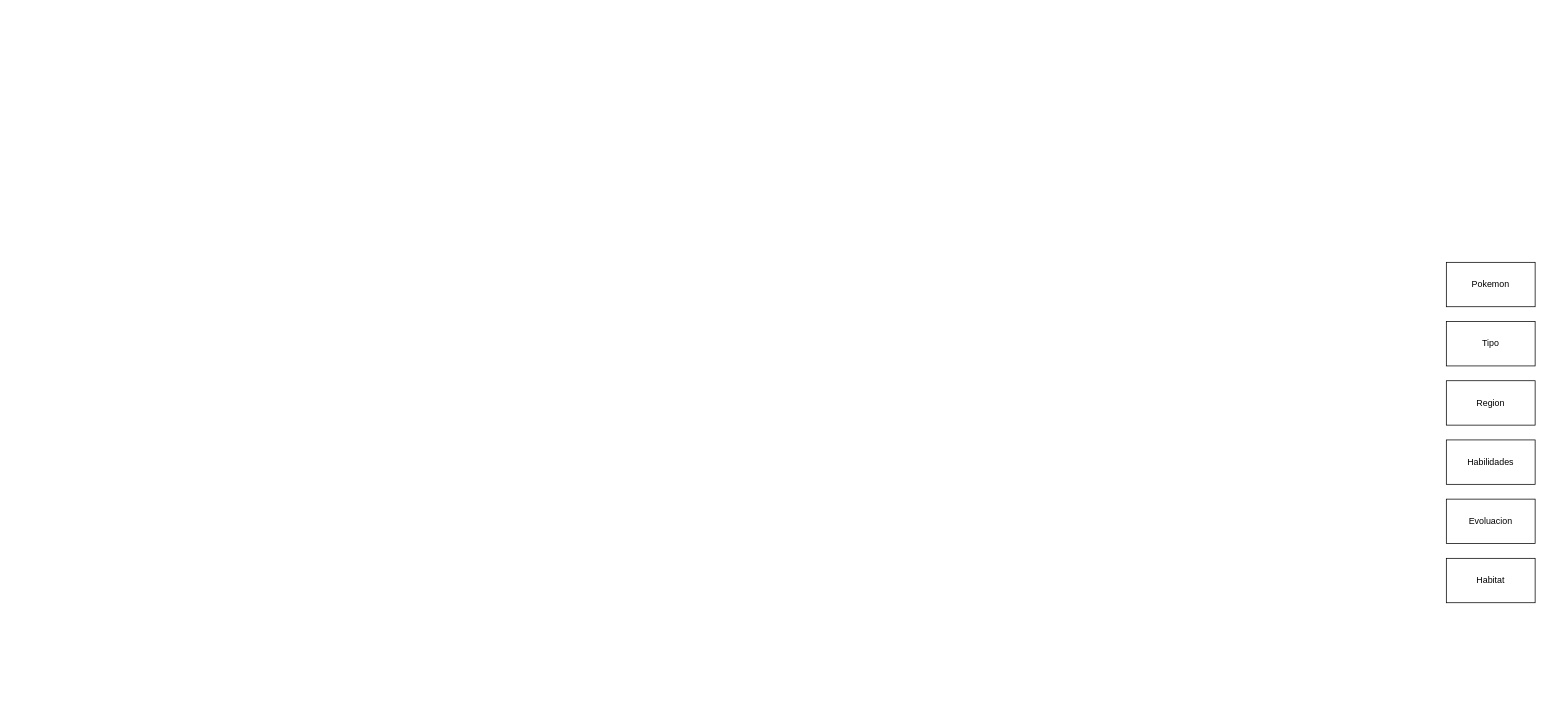
Before: pokemon.drawio in ashardaniyal12/ashardaniyal12, a draw.io diagram. Source tidied: cells renumbered, new cells numbered last; positions are measured from the earlier drawing's top-left corner, leaving out a move shared by most shapes. Both pictures are drawn from the tidied source at 74%, with x=0, y=0 at pixel (1446, 262).
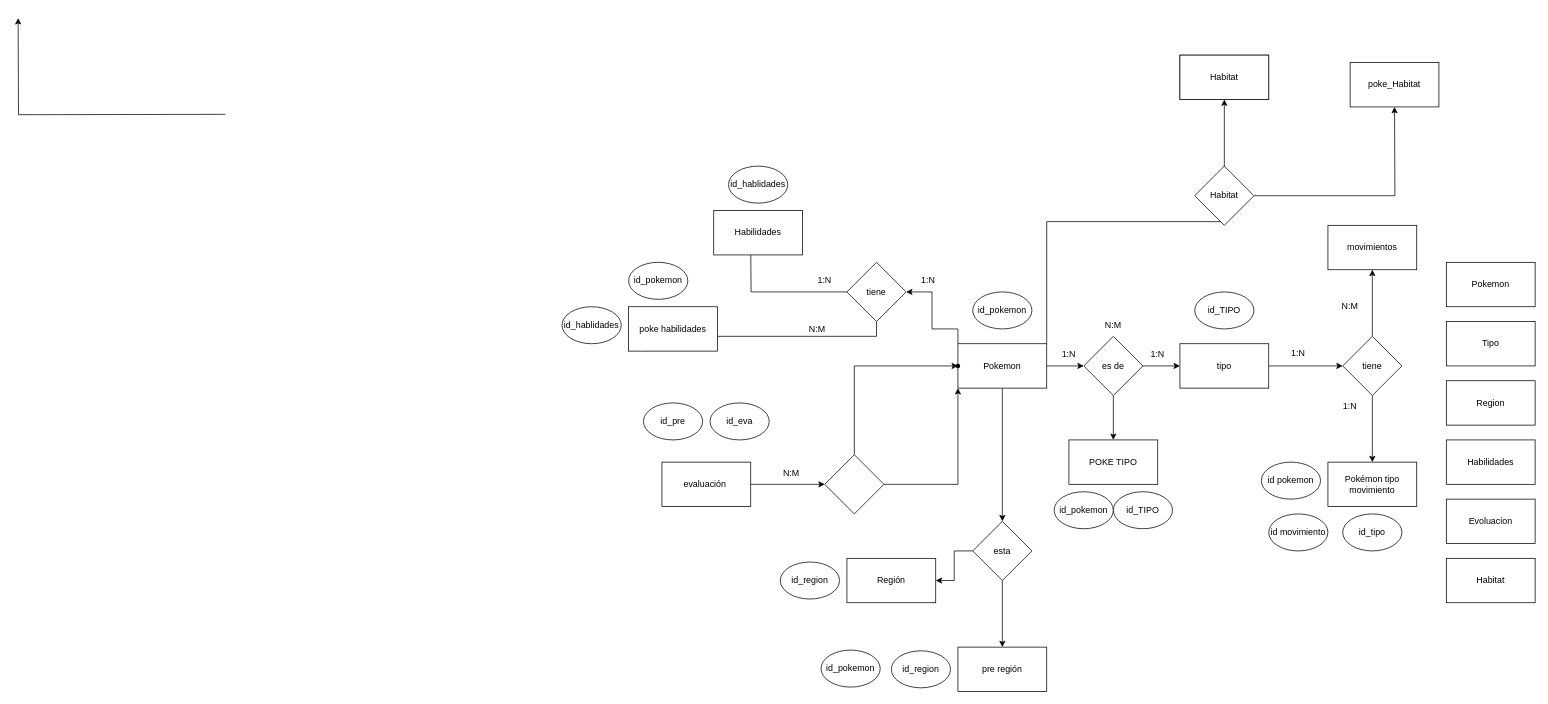
Above is the later version.

The edit, as a diff of the source:
```diff
@@
+    <mxCell id="8" style="edgeStyle=orthogonalEdgeStyle;rounded=0;jettySize=auto;html=1;" parent="1" edge="1" source="11" target="14">
+      <mxGeometry relative="1" as="geometry" />
+    </mxCell>
+    <mxCell id="9" style="edgeStyle=orthogonalEdgeStyle;rounded=0;jettySize=auto;html=1;" parent="1" edge="1" source="11">
+      <mxGeometry relative="1" as="geometry">
+        <mxPoint x="-600" y="350" as="targetPoint" />
+      </mxGeometry>
+    </mxCell>
+    <mxCell id="10" style="edgeStyle=orthogonalEdgeStyle;rounded=0;jettySize=auto;html=1;" parent="1" edge="1" source="46">
+      <mxGeometry relative="1" as="geometry">
+        <mxPoint x="-940" y="-20" as="targetPoint" />
+      </mxGeometry>
+    </mxCell>
+    <mxCell id="11" value="Pokemon" style="rounded=0;whiteSpace=wrap;html=1;" parent="1" vertex="1">
+      <mxGeometry x="-660" y="110" width="120" height="60" as="geometry" />
+    </mxCell>
+    <mxCell id="12" style="edgeStyle=orthogonalEdgeStyle;rounded=0;jettySize=auto;html=1;" parent="1" edge="1" source="14" target="17">
+      <mxGeometry relative="1" as="geometry" />
+    </mxCell>
+    <mxCell id="13" style="edgeStyle=orthogonalEdgeStyle;rounded=0;jettySize=auto;html=1;" parent="1" edge="1" source="14" target="21">
+      <mxGeometry relative="1" as="geometry" />
+    </mxCell>
+    <mxCell id="14" value="es de" style="rhombus;whiteSpace=wrap;html=1;shapeInside=1;rounded=0;" parent="1" vertex="1">
+      <mxGeometry x="-490" y="100" width="80" height="80" as="geometry" />
+    </mxCell>
+    <mxCell id="15" value="id_pokemon" style="ellipse;whiteSpace=wrap;html=1;shapeInside=1;" parent="1" vertex="1">
+      <mxGeometry x="-640" y="40" width="80" height="50" as="geometry" />
+    </mxCell>
+    <mxCell id="16" style="edgeStyle=orthogonalEdgeStyle;rounded=0;jettySize=auto;html=1;" parent="1" edge="1" source="17" target="56">
+      <mxGeometry relative="1" as="geometry" />
+    </mxCell>
+    <mxCell id="17" value="tipo" style="whiteSpace=wrap;html=1;rounded=0;" parent="1" vertex="1">
+      <mxGeometry x="-360" y="110" width="120" height="60" as="geometry" />
+    </mxCell>
+    <mxCell id="18" value="1:N" style="text;html=1;whiteSpace=wrap;strokeColor=none;fillColor=none;align=center;verticalAlign=middle;rounded=0;" parent="1" vertex="1">
+      <mxGeometry x="-540" y="110" width="60" height="30" as="geometry" />
+    </mxCell>
+    <mxCell id="19" value="N:M" style="text;html=1;whiteSpace=wrap;strokeColor=none;fillColor=none;align=center;verticalAlign=middle;rounded=0;" parent="1" vertex="1">
+      <mxGeometry x="-480" y="70" width="60" height="30" as="geometry" />
+    </mxCell>
+    <mxCell id="20" value="1:N" style="text;html=1;whiteSpace=wrap;strokeColor=none;fillColor=none;align=center;verticalAlign=middle;rounded=0;" parent="1" vertex="1">
+      <mxGeometry x="-420" y="110" width="60" height="30" as="geometry" />
+    </mxCell>
+    <mxCell id="21" value="POKE TIPO" style="whiteSpace=wrap;html=1;rounded=0;" parent="1" vertex="1">
+      <mxGeometry x="-510" y="240" width="120" height="60" as="geometry" />
+    </mxCell>
+    <mxCell id="22" value="id_TIPO" style="ellipse;whiteSpace=wrap;html=1;shapeInside=1;" parent="1" vertex="1">
+      <mxGeometry x="-340" y="40" width="80" height="50" as="geometry" />
+    </mxCell>
+    <mxCell id="23" value="id_pokemon" style="ellipse;whiteSpace=wrap;html=1;shapeInside=1;" parent="1" vertex="1">
+      <mxGeometry x="-530" y="310" width="80" height="50" as="geometry" />
+    </mxCell>
+    <mxCell id="24" value="id_TIPO" style="ellipse;whiteSpace=wrap;html=1;shapeInside=1;" parent="1" vertex="1">
+      <mxGeometry x="-450" y="310" width="80" height="50" as="geometry" />
+    </mxCell>
+    <mxCell id="25" style="edgeStyle=orthogonalEdgeStyle;rounded=0;jettySize=auto;html=1;" parent="1" edge="1" target="26">
+      <mxGeometry relative="1" as="geometry">
+        <mxPoint x="-800" y="260" as="sourcePoint" />
+        <Array as="points">
+          <mxPoint x="-800" y="140" />
+        </Array>
+      </mxGeometry>
+    </mxCell>
+    <mxCell id="26" style="shape=waypoint;sketch=0;size=6;points=[];fillColor=default;perimeter=centerPerimeter;snapToPoint=1;rounded=0;" parent="1" vertex="1">
+      <mxGeometry x="-670" y="130" width="20" height="20" as="geometry" />
+    </mxCell>
+    <mxCell id="27" style="edgeStyle=orthogonalEdgeStyle;rounded=0;jettySize=auto;html=1;entryX=0;entryY=0.5;entryDx=0;entryDy=0;" parent="1" edge="1" source="28" target="32">
+      <mxGeometry x="-0.27" relative="1" as="geometry" />
+    </mxCell>
+    <mxCell id="28" value="evaluación&amp;nbsp;" style="rounded=0;whiteSpace=wrap;html=1;" parent="1" vertex="1">
+      <mxGeometry x="-1060" y="270" width="120" height="60" as="geometry" />
+    </mxCell>
+    <mxCell id="29" value="id_pre" style="ellipse;whiteSpace=wrap;html=1;shapeInside=1;" parent="1" vertex="1">
+      <mxGeometry x="-1085" y="190" width="80" height="50" as="geometry" />
+    </mxCell>
+    <mxCell id="30" value="id_eva" style="ellipse;whiteSpace=wrap;html=1;shapeInside=1;" parent="1" vertex="1">
+      <mxGeometry x="-995" y="190" width="80" height="50" as="geometry" />
+    </mxCell>
+    <mxCell id="31" style="edgeStyle=orthogonalEdgeStyle;rounded=0;jettySize=auto;html=1;" parent="1" edge="1" source="32">
+      <mxGeometry x="0.22" relative="1" as="geometry">
+        <mxPoint x="-660" y="170" as="targetPoint" />
+        <Array as="points">
+          <mxPoint x="-660" y="300" />
+          <mxPoint x="-660" y="180" />
+        </Array>
+      </mxGeometry>
+    </mxCell>
+    <mxCell id="32" style="rhombus;whiteSpace=wrap;html=1;shapeInside=1;" parent="1" vertex="1">
+      <mxGeometry x="-840" y="260" width="80" height="80" as="geometry" />
+    </mxCell>
+    <mxCell id="33" value="N:M" style="text;html=1;whiteSpace=wrap;strokeColor=none;fillColor=none;align=center;verticalAlign=middle;rounded=0;" parent="1" vertex="1">
+      <mxGeometry x="-915" y="270" width="60" height="30" as="geometry" />
+    </mxCell>
+    <mxCell id="34" style="edgeStyle=orthogonalEdgeStyle;rounded=0;jettySize=auto;html=1;" parent="1" edge="1" source="36" target="37">
+      <mxGeometry relative="1" as="geometry" />
+    </mxCell>
+    <mxCell id="35" style="edgeStyle=orthogonalEdgeStyle;rounded=0;jettySize=auto;html=1;" parent="1" edge="1" source="36" target="38">
+      <mxGeometry relative="1" as="geometry" />
+    </mxCell>
+    <mxCell id="36" value="esta" style="rhombus;whiteSpace=wrap;html=1;shapeInside=1;" parent="1" vertex="1">
+      <mxGeometry x="-640" y="350" width="80" height="80" as="geometry" />
+    </mxCell>
+    <mxCell id="37" value="Región" style="whiteSpace=wrap;html=1;" parent="1" vertex="1">
+      <mxGeometry x="-810" y="400" width="120" height="60" as="geometry" />
+    </mxCell>
+    <mxCell id="38" value="pre región" style="whiteSpace=wrap;html=1;" parent="1" vertex="1">
+      <mxGeometry x="-660" y="520" width="120" height="60" as="geometry" />
+    </mxCell>
+    <mxCell id="39" value="id_region" style="ellipse;whiteSpace=wrap;html=1;shapeInside=1;" parent="1" vertex="1">
+      <mxGeometry x="-750" y="525" width="80" height="50" as="geometry" />
+    </mxCell>
+    <mxCell id="40" value="id_region" style="ellipse;whiteSpace=wrap;html=1;shapeInside=1;" parent="1" vertex="1">
+      <mxGeometry x="-900" y="405" width="80" height="50" as="geometry" />
+    </mxCell>
+    <mxCell id="41" value="id_pokemon" style="ellipse;whiteSpace=wrap;html=1;shapeInside=1;" parent="1" vertex="1">
+      <mxGeometry x="-845" y="524" width="80" height="50" as="geometry" />
+    </mxCell>
+    <mxCell id="42" style="edgeStyle=orthogonalEdgeStyle;rounded=0;orthogonalLoop=1;jettySize=auto;html=1;exitX=0;exitY=0;exitDx=0;exitDy=0;" parent="1" edge="1">
+      <mxGeometry relative="1" as="geometry">
+        <mxPoint x="-1650" y="-200" as="sourcePoint" />
+        <mxPoint x="-1930" y="-330" as="targetPoint" />
+      </mxGeometry>
+    </mxCell>
+    <mxCell id="43" value="Habilidades" style="rounded=0;whiteSpace=wrap;html=1;" parent="1" vertex="1">
+      <mxGeometry x="-990" y="-70" width="120" height="60" as="geometry" />
+    </mxCell>
+    <mxCell id="44" style="edgeStyle=orthogonalEdgeStyle;rounded=0;jettySize=auto;html=1;exitX=0;exitY=0;exitDx=0;exitDy=0;" parent="1" edge="1" source="11" target="46">
+      <mxGeometry relative="1" as="geometry">
+        <Array as="points">
+          <mxPoint x="-660" y="90" />
+          <mxPoint x="-695" y="90" />
+          <mxPoint x="-695" y="40" />
+        </Array>
+      </mxGeometry>
+    </mxCell>
+    <mxCell id="45" style="edgeStyle=orthogonalEdgeStyle;rounded=0;jettySize=auto;html=1;exitX=0.5;exitY=1;exitDx=0;exitDy=0;endArrow=none;endFill=0;" parent="1" edge="1" source="46">
+      <mxGeometry x="0.19" relative="1" as="geometry">
+        <mxPoint x="-1080" y="100" as="targetPoint" />
+        <Array as="points">
+          <mxPoint x="-770" y="100" />
+          <mxPoint x="-1080" y="100" />
+          <mxPoint x="-1080" y="120" />
+        </Array>
+      </mxGeometry>
+    </mxCell>
+    <mxCell id="46" value="tiene" style="rhombus;whiteSpace=wrap;html=1;shapeInside=1;" parent="1" vertex="1">
+      <mxGeometry x="-810" width="80" height="80" as="geometry" />
+    </mxCell>
+    <mxCell id="47" value="1:N" style="text;html=1;whiteSpace=wrap;strokeColor=none;fillColor=none;align=center;verticalAlign=middle;rounded=0;" parent="1" vertex="1">
+      <mxGeometry x="-730" y="10" width="60" height="30" as="geometry" />
+    </mxCell>
+    <mxCell id="48" value="1:N" style="text;html=1;whiteSpace=wrap;strokeColor=none;fillColor=none;align=center;verticalAlign=middle;rounded=0;" parent="1" vertex="1">
+      <mxGeometry x="-870" y="10" width="60" height="30" as="geometry" />
+    </mxCell>
+    <mxCell id="49" value="poke habilidades" style="rounded=0;whiteSpace=wrap;html=1;" parent="1" vertex="1">
+      <mxGeometry x="-1105" y="60" width="120" height="60" as="geometry" />
+    </mxCell>
+    <mxCell id="50" value="N:M" style="text;html=1;whiteSpace=wrap;strokeColor=none;fillColor=none;align=center;verticalAlign=middle;rounded=0;" parent="1" vertex="1">
+      <mxGeometry x="-880" y="75" width="60" height="30" as="geometry" />
+    </mxCell>
+    <mxCell id="51" value="id_hablidades" style="ellipse;whiteSpace=wrap;html=1;shapeInside=1;" parent="1" vertex="1">
+      <mxGeometry x="-970" y="-130" width="80" height="50" as="geometry" />
+    </mxCell>
+    <mxCell id="52" value="id_pokemon" style="ellipse;whiteSpace=wrap;html=1;shapeInside=1;" parent="1" vertex="1">
+      <mxGeometry x="-1105" width="80" height="50" as="geometry" />
+    </mxCell>
+    <mxCell id="53" value="id_hablidades" style="ellipse;whiteSpace=wrap;html=1;shapeInside=1;" parent="1" vertex="1">
+      <mxGeometry x="-1195" y="60" width="80" height="50" as="geometry" />
+    </mxCell>
+    <mxCell id="54" style="edgeStyle=orthogonalEdgeStyle;rounded=0;jettySize=auto;html=1;" parent="1" edge="1" source="56" target="57">
+      <mxGeometry relative="1" as="geometry" />
+    </mxCell>
+    <mxCell id="55" style="edgeStyle=orthogonalEdgeStyle;rounded=0;jettySize=auto;html=1;" parent="1" edge="1" source="56" target="61">
+      <mxGeometry relative="1" as="geometry" />
+    </mxCell>
+    <mxCell id="56" value="tiene" style="rhombus;whiteSpace=wrap;html=1;shapeInside=1;rounded=0;" parent="1" vertex="1">
+      <mxGeometry x="-140" y="100" width="80" height="80" as="geometry" />
+    </mxCell>
+    <mxCell id="57" value="movimientos" style="whiteSpace=wrap;html=1;rounded=0;" parent="1" vertex="1">
+      <mxGeometry x="-160" y="-50" width="120" height="60" as="geometry" />
+    </mxCell>
+    <mxCell id="58" value="N:M" style="text;html=1;whiteSpace=wrap;strokeColor=none;fillColor=none;align=center;verticalAlign=middle;rounded=0;" parent="1" vertex="1">
+      <mxGeometry x="-160" y="45" width="60" height="30" as="geometry" />
+    </mxCell>
+    <mxCell id="59" value="1:N" style="text;html=1;whiteSpace=wrap;strokeColor=none;fillColor=none;align=center;verticalAlign=middle;rounded=0;" parent="1" vertex="1">
+      <mxGeometry x="-230" y="107.5" width="60" height="30" as="geometry" />
+    </mxCell>
+    <mxCell id="60" value="1:N" style="text;html=1;whiteSpace=wrap;strokeColor=none;fillColor=none;align=center;verticalAlign=middle;rounded=0;" parent="1" vertex="1">
+      <mxGeometry x="-160" y="180" width="60" height="30" as="geometry" />
+    </mxCell>
+    <mxCell id="61" value="Pokémon tipo movimiento" style="whiteSpace=wrap;html=1;rounded=0;" parent="1" vertex="1">
+      <mxGeometry x="-160" y="270" width="120" height="60" as="geometry" />
+    </mxCell>
+    <mxCell id="62" value="id pokemon" style="ellipse;whiteSpace=wrap;html=1;shapeInside=1;" parent="1" vertex="1">
+      <mxGeometry x="-250" y="270" width="80" height="50" as="geometry" />
+    </mxCell>
+    <mxCell id="63" value="id_tipo" style="ellipse;whiteSpace=wrap;html=1;shapeInside=1;" parent="1" vertex="1">
+      <mxGeometry x="-140" y="340" width="80" height="50" as="geometry" />
+    </mxCell>
+    <mxCell id="64" value="id movimiento" style="ellipse;whiteSpace=wrap;html=1;shapeInside=1;" parent="1" vertex="1">
+      <mxGeometry x="-240" y="340" width="80" height="50" as="geometry" />
+    </mxCell>
+    <mxCell id="65" style="edgeStyle=orthogonalEdgeStyle;rounded=0;jettySize=auto;html=1;exitX=1;exitY=0;exitDx=0;exitDy=0;" parent="1" edge="1" source="11" target="66">
+      <mxGeometry relative="1" as="geometry" />
+    </mxCell>
+    <mxCell id="66" style="rounded=0;whiteSpace=wrap;html=1;" parent="1" vertex="1">
+      <mxGeometry x="-360" y="-280" width="120" height="60" as="geometry" />
+    </mxCell>
+    <mxCell id="67" value="Habitat" style="rounded=0;whiteSpace=wrap;html=1;" parent="1" vertex="1">
+      <mxGeometry x="-360" y="-280" width="120" height="60" as="geometry" />
+    </mxCell>
+    <mxCell id="68" style="edgeStyle=orthogonalEdgeStyle;rounded=0;jettySize=auto;html=1;" parent="1" edge="1" source="69">
+      <mxGeometry relative="1" as="geometry">
+        <mxPoint x="-70" y="-210" as="targetPoint" />
+      </mxGeometry>
+    </mxCell>
+    <mxCell id="69" value="Habitat" style="rhombus;whiteSpace=wrap;html=1;shapeInside=1;" parent="1" vertex="1">
+      <mxGeometry x="-340" y="-130" width="80" height="80" as="geometry" />
+    </mxCell>
+    <mxCell id="70" value="poke_Habitat" style="rounded=0;whiteSpace=wrap;html=1;" parent="1" vertex="1">
+      <mxGeometry x="-130" y="-270" width="120" height="60" as="geometry" />
+    </mxCell>
```
